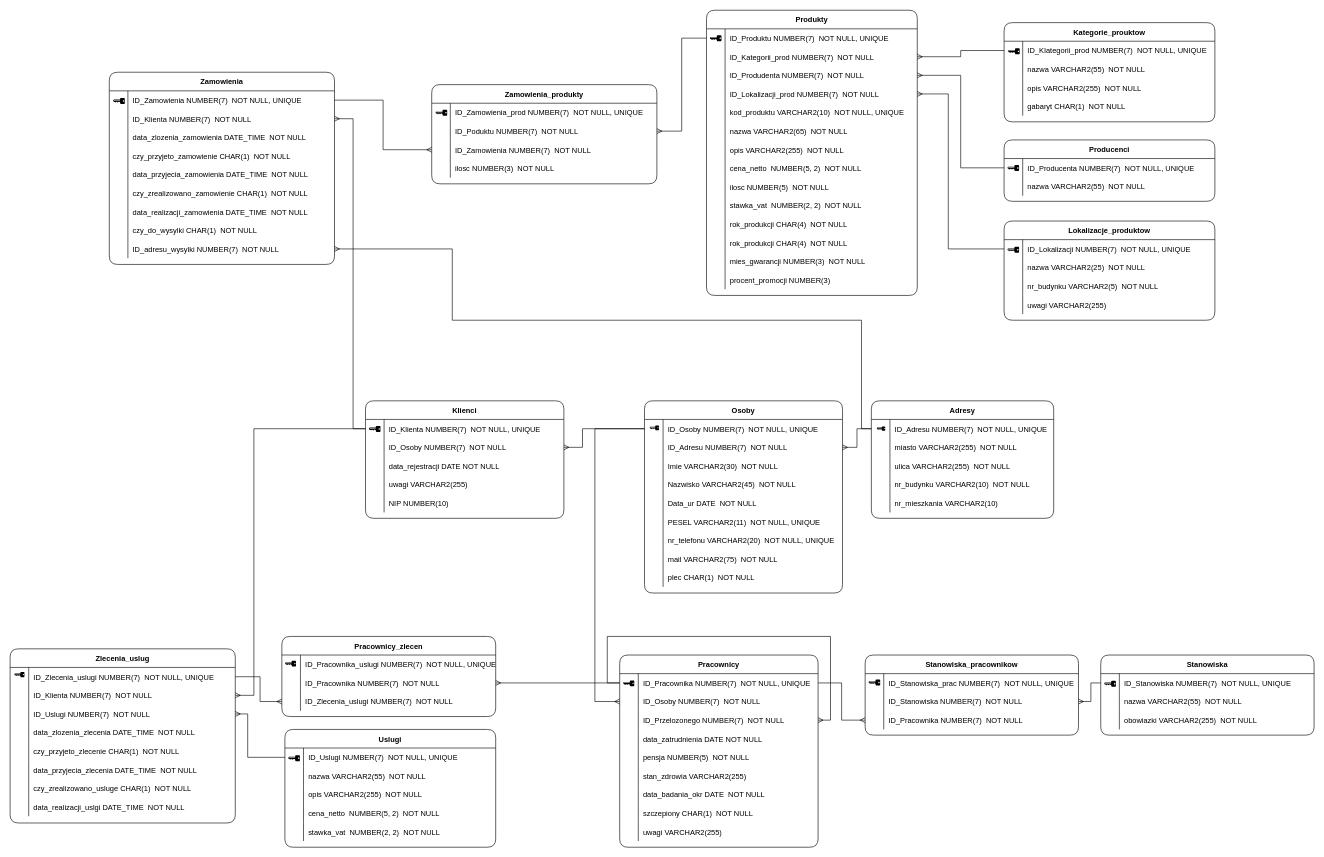
This is page "Baza danych 2" (2 of 2) of projekt_bazy/diagram_sklep_meblowy.drawio from Kubson96/Miniprojekt_BD1, a draw.io file, before an edit. Source tidied: cells renumbered, new cells numbered last; positions are measured from the earlier drawing's top-left corner, leaving out a move shared by most shapes. Both pictures are drawn from the tidied source at 62%, with x=0, y=0 at pixel (-1, 10).
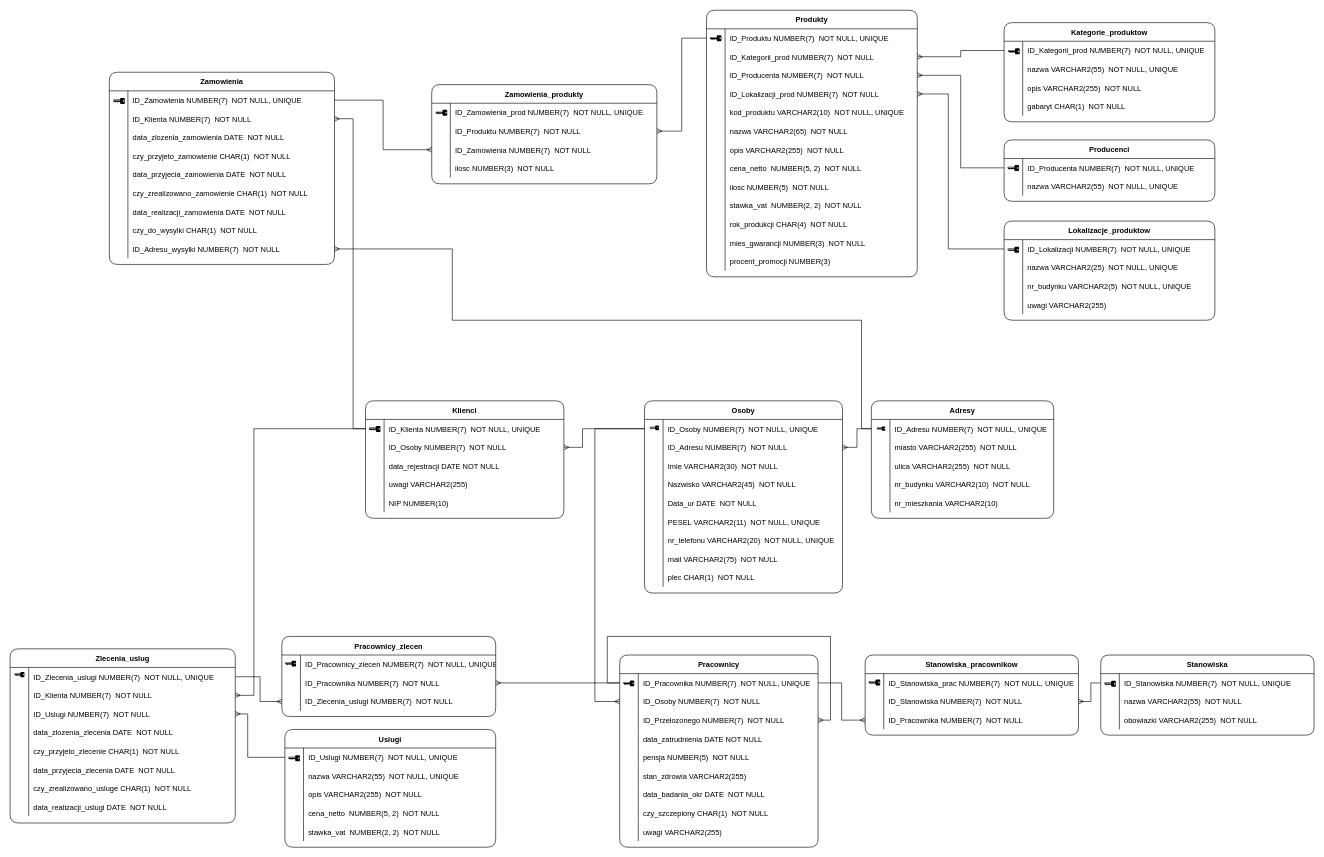
Above is the later version.

Commit message (it also covers changes not shown here):
poprawa diagramu

The change refers to these unchanged cells:
```xml
<mxCell id="56" style="shape=partialRectangle;fillColor=none;top=0;left=0;right=0;bottom=0;rounded=1;" parent="33" vertex="1">
  <mxGeometry y="240" width="320" height="30" as="geometry" />
</mxCell>
<mxCell id="128" style="shape=partialRectangle;fillColor=none;top=0;left=0;right=0;bottom=0;rounded=1;" parent="124" vertex="1">
  <mxGeometry y="60" width="340" height="30" as="geometry" />
</mxCell>
<mxCell id="131" style="shape=partialRectangle;fillColor=none;top=0;left=0;right=0;bottom=0;rounded=1;" parent="124" vertex="1">
  <mxGeometry y="90" width="340" height="30" as="geometry" />
</mxCell>
<mxCell id="143" style="shape=partialRectangle;fillColor=none;top=0;left=0;right=0;bottom=0;rounded=1;" parent="139" vertex="1">
  <mxGeometry y="60" width="340" height="30" as="geometry" />
</mxCell>
<mxCell id="147" style="group;" parent="1" vertex="1">
  <mxGeometry x="1620" y="20" width="340" height="170" as="geometry" />
</mxCell>
<mxCell id="149" style="shape=partialRectangle;fillColor=none;points=[[0,0.5],[1,0.5]];portConstraint=eastwest;top=0;left=0;right=0;bottom=0;rounded=1;" parent="148" vertex="1">
  <mxGeometry y="30" width="340" height="30" as="geometry" />
</mxCell>
<mxCell id="152" style="shape=partialRectangle;fillColor=none;top=0;left=0;right=0;bottom=0;rounded=1;" parent="148" vertex="1">
  <mxGeometry y="60" width="340" height="30" as="geometry" />
</mxCell>
<mxCell id="167" style="shape=partialRectangle;fillColor=none;top=0;left=0;right=0;bottom=0;rounded=1;" parent="163" vertex="1">
  <mxGeometry y="60" width="340" height="30" as="geometry" />
</mxCell>
<mxCell id="180" style="group;" parent="1" vertex="1">
  <mxGeometry x="1140" width="340" height="330" as="geometry" />
</mxCell>
<mxCell id="188" style="shape=partialRectangle;fillColor=none;points=[[0,0.5],[1,0.5]];portConstraint=eastwest;top=0;left=0;right=0;bottom=0;rounded=1;" parent="181" vertex="1">
  <mxGeometry y="90" width="340" height="30" as="geometry" />
</mxCell>
<mxCell id="230" style="shape=partialRectangle;fillColor=none;points=[[0,0.5],[1,0.5]];portConstraint=eastwest;top=0;left=0;right=0;bottom=0;rounded=1;" parent="226" vertex="1">
  <mxGeometry y="60" width="363.2" height="30" as="geometry" />
</mxCell>
<mxCell id="248" style="shape=partialRectangle;fillColor=none;top=0;left=0;right=0;bottom=0;rounded=1;" parent="241" vertex="1">
  <mxGeometry y="90" width="363.2" height="30" as="geometry" />
</mxCell>
<mxCell id="254" style="shape=partialRectangle;fillColor=none;top=0;left=0;right=0;bottom=0;rounded=1;" parent="241" vertex="1">
  <mxGeometry y="150" width="363.2" height="30" as="geometry" />
</mxCell>
<mxCell id="260" style="shape=partialRectangle;fillColor=none;top=0;left=0;right=0;bottom=0;rounded=1;" parent="241" vertex="1">
  <mxGeometry y="210" width="363.2" height="30" as="geometry" />
</mxCell>
<mxCell id="266" style="shape=partialRectangle;fillColor=none;points=[[0,0.5],[1,0.5]];portConstraint=eastwest;top=0;left=0;right=0;bottom=0;rounded=1;" parent="241" vertex="1">
  <mxGeometry y="270" width="363.2" height="30" as="geometry" />
</mxCell>
<mxCell id="272" style="shape=partialRectangle;fillColor=none;top=0;left=0;right=0;bottom=0;rounded=1;" parent="271" vertex="1">
  <mxGeometry y="30" width="344.9" height="30" as="geometry" />
</mxCell>
<mxCell id="293" style="shape=partialRectangle;fillColor=none;top=0;left=0;right=0;bottom=0;rounded=1;" parent="283" vertex="1">
  <mxGeometry y="120" width="363.2" height="30" as="geometry" />
</mxCell>
<mxCell id="299" style="shape=partialRectangle;fillColor=none;top=0;left=0;right=0;bottom=0;rounded=1;" parent="283" vertex="1">
  <mxGeometry y="180" width="363.2" height="30" as="geometry" />
</mxCell>
<mxCell id="305" style="shape=partialRectangle;fillColor=none;top=0;left=0;right=0;bottom=0;rounded=1;" parent="283" vertex="1">
  <mxGeometry y="240" width="363.2" height="30" as="geometry" />
</mxCell>
```

The edit, as a diff of the source:
```diff
@@
-    <mxCell id="58" value="szczepiony       CHAR(1)  NOT NULL" style="shape=partialRectangle;overflow=hidden;fillColor=none;top=0;left=0;bottom=0;right=0;align=left;spacingLeft=6;rounded=1;" parent="56" vertex="1">
+    <mxCell id="58" value="czy_szczepiony       CHAR(1)  NOT NULL" style="shape=partialRectangle;overflow=hidden;fillColor=none;top=0;left=0;bottom=0;right=0;align=left;spacingLeft=6;rounded=1;" parent="56" vertex="1">
       <mxGeometry x="30" width="290" height="30" as="geometry" />
     </mxCell>
@@
-    <mxCell id="130" value="nazwa VARCHAR2(25)  NOT NULL" style="shape=partialRectangle;overflow=hidden;fillColor=none;top=0;left=0;bottom=0;right=0;align=left;spacingLeft=6;rounded=1;" parent="128" vertex="1">
+    <mxCell id="130" value="nazwa VARCHAR2(25)  NOT NULL, UNIQUE" style="shape=partialRectangle;overflow=hidden;fillColor=none;top=0;left=0;bottom=0;right=0;align=left;spacingLeft=6;rounded=1;" parent="128" vertex="1">
       <mxGeometry x="30" width="310" height="30" as="geometry" />
     </mxCell>
@@
-    <mxCell id="133" value="nr_budynku VARCHAR2(5)  NOT NULL" style="shape=partialRectangle;overflow=hidden;fillColor=none;top=0;left=0;bottom=0;right=0;align=left;spacingLeft=6;rounded=1;" parent="131" vertex="1">
+    <mxCell id="133" value="nr_budynku VARCHAR2(5)  NOT NULL, UNIQUE" style="shape=partialRectangle;overflow=hidden;fillColor=none;top=0;left=0;bottom=0;right=0;align=left;spacingLeft=6;rounded=1;" parent="131" vertex="1">
       <mxGeometry x="30" width="310" height="30" as="geometry" />
     </mxCell>
@@
-    <mxCell id="145" value="nazwa VARCHAR2(55)  NOT NULL" style="shape=partialRectangle;overflow=hidden;fillColor=none;top=0;left=0;bottom=0;right=0;align=left;spacingLeft=6;rounded=1;" parent="143" vertex="1">
+    <mxCell id="145" value="nazwa VARCHAR2(55)  NOT NULL, UNIQUE" style="shape=partialRectangle;overflow=hidden;fillColor=none;top=0;left=0;bottom=0;right=0;align=left;spacingLeft=6;rounded=1;" parent="143" vertex="1">
       <mxGeometry x="30" width="310" height="30" as="geometry" />
     </mxCell>
@@
-    <mxCell id="148" value="Kategorie_prouktow" style="shape=table;startSize=30;childLayout=tableLayout;rowLines=0;fontStyle=1;align=center;rounded=1;" parent="147" vertex="1">
+    <mxCell id="148" value="Kategorie_produktow" style="shape=table;startSize=30;childLayout=tableLayout;rowLines=0;fontStyle=1;align=center;rounded=1;" parent="147" vertex="1">
       <mxGeometry width="340" height="160" as="geometry" />
     </mxCell>
@@
-    <mxCell id="151" value="ID_KIategorii_prod NUMBER(7)  NOT NULL, UNIQUE" style="shape=partialRectangle;overflow=hidden;fillColor=none;top=0;left=0;bottom=0;right=0;align=left;spacingLeft=6;rounded=1;" parent="149" vertex="1">
+    <mxCell id="151" value="ID_Kategorii_prod NUMBER(7)  NOT NULL, UNIQUE" style="shape=partialRectangle;overflow=hidden;fillColor=none;top=0;left=0;bottom=0;right=0;align=left;spacingLeft=6;rounded=1;" parent="149" vertex="1">
       <mxGeometry x="30" width="310" height="30" as="geometry" />
     </mxCell>
@@
-    <mxCell id="154" value="nazwa VARCHAR2(55)  NOT NULL" style="shape=partialRectangle;overflow=hidden;fillColor=none;top=0;left=0;bottom=0;right=0;align=left;spacingLeft=6;rounded=1;" parent="152" vertex="1">
+    <mxCell id="154" value="nazwa VARCHAR2(55)  NOT NULL, UNIQUE" style="shape=partialRectangle;overflow=hidden;fillColor=none;top=0;left=0;bottom=0;right=0;align=left;spacingLeft=6;rounded=1;" parent="152" vertex="1">
       <mxGeometry x="30" width="310" height="30" as="geometry" />
     </mxCell>
@@
-    <mxCell id="169" value="nazwa VARCHAR2(55)  NOT NULL" style="shape=partialRectangle;overflow=hidden;fillColor=none;top=0;left=0;bottom=0;right=0;align=left;spacingLeft=6;rounded=1;" parent="167" vertex="1">
+    <mxCell id="169" value="nazwa VARCHAR2(55)  NOT NULL, UNIQUE" style="shape=partialRectangle;overflow=hidden;fillColor=none;top=0;left=0;bottom=0;right=0;align=left;spacingLeft=6;rounded=1;" parent="167" vertex="1">
       <mxGeometry x="30" width="310" height="30" as="geometry" />
     </mxCell>
@@
     <mxCell id="181" value="Produkty" style="shape=table;startSize=30;childLayout=tableLayout;rowLines=0;fontStyle=1;align=center;rounded=1;" parent="180" vertex="1">
-      <mxGeometry width="340" height="460" as="geometry" />
+      <mxGeometry width="340" height="430" as="geometry" />
     </mxCell>
@@
-    <mxCell id="190" value="ID_Produdenta NUMBER(7)  NOT NULL" style="shape=partialRectangle;overflow=hidden;fillColor=none;top=0;left=0;bottom=0;right=0;align=left;spacingLeft=6;rounded=1;" parent="188" vertex="1">
+    <mxCell id="190" value="ID_Producenta NUMBER(7)  NOT NULL" style="shape=partialRectangle;overflow=hidden;fillColor=none;top=0;left=0;bottom=0;right=0;align=left;spacingLeft=6;rounded=1;" parent="188" vertex="1">
       <mxGeometry x="30" width="310" height="30" as="geometry" />
     </mxCell>
@@
-    <mxCell id="215" style="shape=partialRectangle;fillColor=none;top=0;left=0;right=0;bottom=0;rounded=1;" parent="181" vertex="1">
-      <mxGeometry y="360" width="340" height="30" as="geometry" />
-    </mxCell>
-    <mxCell id="216" style="shape=partialRectangle;overflow=hidden;fillColor=none;top=0;left=0;bottom=0;right=0;rounded=1;" parent="215" vertex="1">
-      <mxGeometry width="30" height="30" as="geometry" />
-    </mxCell>
-    <mxCell id="217" value="rok_produkcji CHAR(4)  NOT NULL" style="shape=partialRectangle;overflow=hidden;fillColor=none;top=0;left=0;bottom=0;right=0;align=left;spacingLeft=6;rounded=1;" parent="215" vertex="1">
-      <mxGeometry x="30" width="310" height="30" as="geometry" />
-    </mxCell>
     <mxCell id="218" style="shape=partialRectangle;fillColor=none;top=0;left=0;right=0;bottom=0;rounded=1;" parent="181" vertex="1">
-      <mxGeometry y="390" width="340" height="30" as="geometry" />
+      <mxGeometry y="360" width="340" height="30" as="geometry" />
     </mxCell>
@@
     <mxCell id="221" style="shape=partialRectangle;fillColor=none;top=0;left=0;right=0;bottom=0;rounded=1;" parent="181" vertex="1">
-      <mxGeometry y="420" width="340" height="30" as="geometry" />
+      <mxGeometry y="390" width="340" height="30" as="geometry" />
     </mxCell>
@@
-    <mxCell id="232" value="ID_Poduktu    NUMBER(7)  NOT NULL" style="shape=partialRectangle;overflow=hidden;fillColor=none;top=0;left=0;bottom=0;right=0;align=left;spacingLeft=6;rounded=1;" parent="230" vertex="1">
+    <mxCell id="232" value="ID_Produktu    NUMBER(7)  NOT NULL" style="shape=partialRectangle;overflow=hidden;fillColor=none;top=0;left=0;bottom=0;right=0;align=left;spacingLeft=6;rounded=1;" parent="230" vertex="1">
       <mxGeometry x="30" width="333.2" height="30" as="geometry" />
     </mxCell>
@@
-    <mxCell id="250" value="data_zlozenia_zamowienia DATE_TIME  NOT NULL" style="shape=partialRectangle;overflow=hidden;fillColor=none;top=0;left=0;bottom=0;right=0;align=left;spacingLeft=6;rounded=1;" parent="248" vertex="1">
+    <mxCell id="250" value="data_zlozenia_zamowienia DATE  NOT NULL" style="shape=partialRectangle;overflow=hidden;fillColor=none;top=0;left=0;bottom=0;right=0;align=left;spacingLeft=6;rounded=1;" parent="248" vertex="1">
       <mxGeometry x="30" width="333.2" height="30" as="geometry" />
     </mxCell>
@@
-    <mxCell id="256" value="data_przyjecia_zamowienia DATE_TIME  NOT NULL" style="shape=partialRectangle;overflow=hidden;fillColor=none;top=0;left=0;bottom=0;right=0;align=left;spacingLeft=6;rounded=1;" parent="254" vertex="1">
+    <mxCell id="256" value="data_przyjecia_zamowienia DATE  NOT NULL" style="shape=partialRectangle;overflow=hidden;fillColor=none;top=0;left=0;bottom=0;right=0;align=left;spacingLeft=6;rounded=1;" parent="254" vertex="1">
       <mxGeometry x="30" width="333.2" height="30" as="geometry" />
     </mxCell>
@@
-    <mxCell id="262" value="data_realizacji_zamowienia DATE_TIME  NOT NULL" style="shape=partialRectangle;overflow=hidden;fillColor=none;top=0;left=0;bottom=0;right=0;align=left;spacingLeft=6;rounded=1;" parent="260" vertex="1">
+    <mxCell id="262" value="data_realizacji_zamowienia DATE  NOT NULL" style="shape=partialRectangle;overflow=hidden;fillColor=none;top=0;left=0;bottom=0;right=0;align=left;spacingLeft=6;rounded=1;" parent="260" vertex="1">
       <mxGeometry x="30" width="333.2" height="30" as="geometry" />
     </mxCell>
@@
-    <mxCell id="268" value="ID_adresu_wysylki NUMBER(7)  NOT NULL" style="shape=partialRectangle;overflow=hidden;fillColor=none;top=0;left=0;bottom=0;right=0;align=left;spacingLeft=6;rounded=1;" parent="266" vertex="1">
+    <mxCell id="268" value="ID_Adresu_wysylki NUMBER(7)  NOT NULL" style="shape=partialRectangle;overflow=hidden;fillColor=none;top=0;left=0;bottom=0;right=0;align=left;spacingLeft=6;rounded=1;" parent="266" vertex="1">
       <mxGeometry x="30" width="333.2" height="30" as="geometry" />
     </mxCell>
@@
-    <mxCell id="274" value="ID_Pracownika_uslugi    NUMBER(7)  NOT NULL, UNIQUE" style="shape=partialRectangle;overflow=hidden;fillColor=none;top=0;left=0;bottom=0;right=0;align=left;spacingLeft=6;rounded=1;" parent="272" vertex="1">
+    <mxCell id="274" value="ID_Pracownicy_zlecen    NUMBER(7)  NOT NULL, UNIQUE" style="shape=partialRectangle;overflow=hidden;fillColor=none;top=0;left=0;bottom=0;right=0;align=left;spacingLeft=6;rounded=1;" parent="272" vertex="1">
       <mxGeometry x="30" width="314.9" height="30" as="geometry" />
     </mxCell>
@@
-    <mxCell id="295" value="data_zlozenia_zlecenia DATE_TIME  NOT NULL" style="shape=partialRectangle;overflow=hidden;fillColor=none;top=0;left=0;bottom=0;right=0;align=left;spacingLeft=6;rounded=1;" parent="293" vertex="1">
+    <mxCell id="295" value="data_zlozenia_zlecenia DATE  NOT NULL" style="shape=partialRectangle;overflow=hidden;fillColor=none;top=0;left=0;bottom=0;right=0;align=left;spacingLeft=6;rounded=1;" parent="293" vertex="1">
       <mxGeometry x="30" width="333.2" height="30" as="geometry" />
     </mxCell>
@@
-    <mxCell id="301" value="data_przyjecia_zlecenia DATE_TIME  NOT NULL" style="shape=partialRectangle;overflow=hidden;fillColor=none;top=0;left=0;bottom=0;right=0;align=left;spacingLeft=6;rounded=1;" parent="299" vertex="1">
+    <mxCell id="301" value="data_przyjecia_zlecenia DATE  NOT NULL" style="shape=partialRectangle;overflow=hidden;fillColor=none;top=0;left=0;bottom=0;right=0;align=left;spacingLeft=6;rounded=1;" parent="299" vertex="1">
       <mxGeometry x="30" width="333.2" height="30" as="geometry" />
     </mxCell>
@@
-    <mxCell id="307" value="data_realizacji_uslgi DATE_TIME  NOT NULL" style="shape=partialRectangle;overflow=hidden;fillColor=none;top=0;left=0;bottom=0;right=0;align=left;spacingLeft=6;rounded=1;" parent="305" vertex="1">
+    <mxCell id="307" value="data_realizacji_uslugi DATE  NOT NULL" style="shape=partialRectangle;overflow=hidden;fillColor=none;top=0;left=0;bottom=0;right=0;align=left;spacingLeft=6;rounded=1;" parent="305" vertex="1">
       <mxGeometry x="30" width="333.2" height="30" as="geometry" />
     </mxCell>
```
